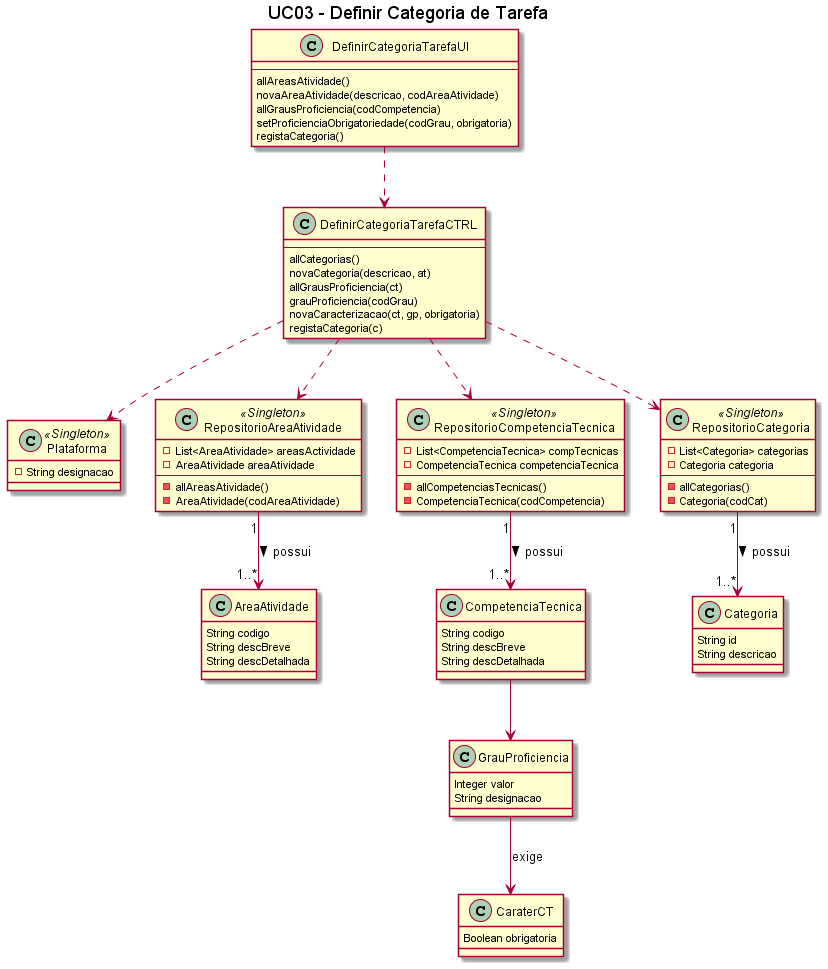
The PlantUML diagram Documentação/Sprint 2/UC03_Definir_Categoria_Tarefa/UC03_Definir_Categoria_Tarefa_Diagrama_Classes.png in blestonbandeiraUPSKILL/upskill_java1_labprg_grupo2, before a commit.
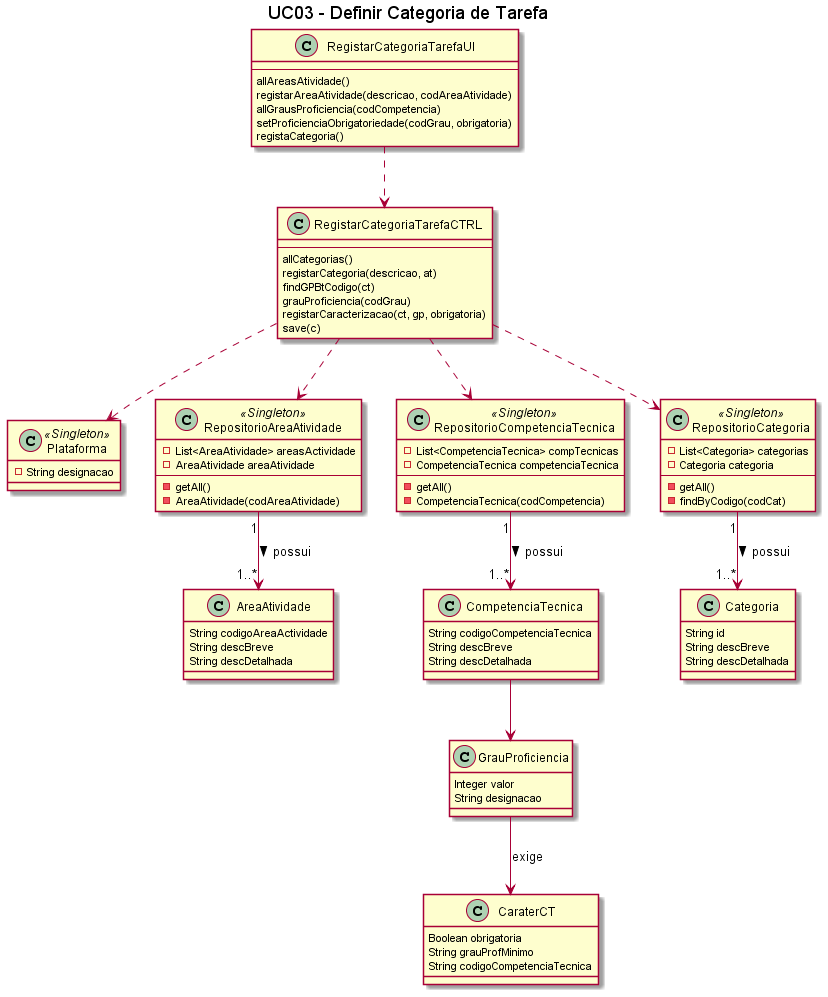
After the change.

Change to the diagram source:
```diff
@@ -5,40 +5,41 @@
     -String designacao
 }
 
-class DefinirCategoriaTarefaUI{
+class RegistarCategoriaTarefaUI{
     --
     allAreasAtividade()
-    novaAreaAtividade(descricao, codAreaAtividade)
+    registarAreaAtividade(descricao, codAreaAtividade)
     allGrausProficiencia(codCompetencia)
     setProficienciaObrigatoriedade(codGrau, obrigatoria)
     registaCategoria()
 }
 
-class DefinirCategoriaTarefaCTRL{
+class RegistarCategoriaTarefaCTRL{
    --
    allCategorias()
-   novaCategoria(descricao, at)
-   allGrausProficiencia(ct)
+   registarCategoria(descricao, at)
+   findGPBtCodigo(ct)
    grauProficiencia(codGrau)
-   novaCaracterizacao(ct, gp, obrigatoria)
-   registaCategoria(c)
+   registarCaracterizacao(ct, gp, obrigatoria)
+   save(c)
 }
 
 class AreaAtividade{
-    String codigo
+    String codigoAreaActividade
     String descBreve
     String descDetalhada
 }
 
 class CompetenciaTecnica{
-    String codigo
+    String codigoCompetenciaTecnica
     String descBreve
     String descDetalhada
 }
 
 class Categoria{
     String id
-    String descricao
+    String descBreve
+    String descDetalhada
 }
 
 class GrauProficiencia{
@@ -48,13 +49,15 @@
 
 class CaraterCT{
     Boolean obrigatoria
+    String grauProfMinimo
+    String codigoCompetenciaTecnica
 }
 
 class RepositorioAreaAtividade <<Singleton>>{
     -List<AreaAtividade> areasActividade
     -AreaAtividade areaAtividade
     --
-    -allAreasAtividade()
+    -getAll()
     -AreaAtividade(codAreaAtividade)
 }
 
@@ -62,7 +65,7 @@
     -List<CompetenciaTecnica> compTecnicas
     -CompetenciaTecnica competenciaTecnica
     --
-    -allCompetenciasTecnicas()
+    -getAll()
     -CompetenciaTecnica(codCompetencia)
 }
 
@@ -70,15 +73,15 @@
     -List<Categoria> categorias
     -Categoria categoria
     --
-    -allCategorias()
-    -Categoria(codCat)
+    -getAll()
+    -findByCodigo(codCat)
 }
 
-DefinirCategoriaTarefaUI ..> DefinirCategoriaTarefaCTRL
-DefinirCategoriaTarefaCTRL ..> Plataforma
-DefinirCategoriaTarefaCTRL ..> RepositorioAreaAtividade
-DefinirCategoriaTarefaCTRL ..> RepositorioCategoria
-DefinirCategoriaTarefaCTRL ..> RepositorioCompetenciaTecnica
+RegistarCategoriaTarefaUI ..> RegistarCategoriaTarefaCTRL
+RegistarCategoriaTarefaCTRL ..> Plataforma
+RegistarCategoriaTarefaCTRL ..> RepositorioAreaAtividade
+RegistarCategoriaTarefaCTRL ..> RepositorioCategoria
+RegistarCategoriaTarefaCTRL ..> RepositorioCompetenciaTecnica
 RepositorioAreaAtividade "1" --> "1..*" AreaAtividade: possui >
 RepositorioCategoria "1" --> "1..*"  Categoria: possui >
 RepositorioCompetenciaTecnica "1" --> "1..*" CompetenciaTecnica: possui >
```
